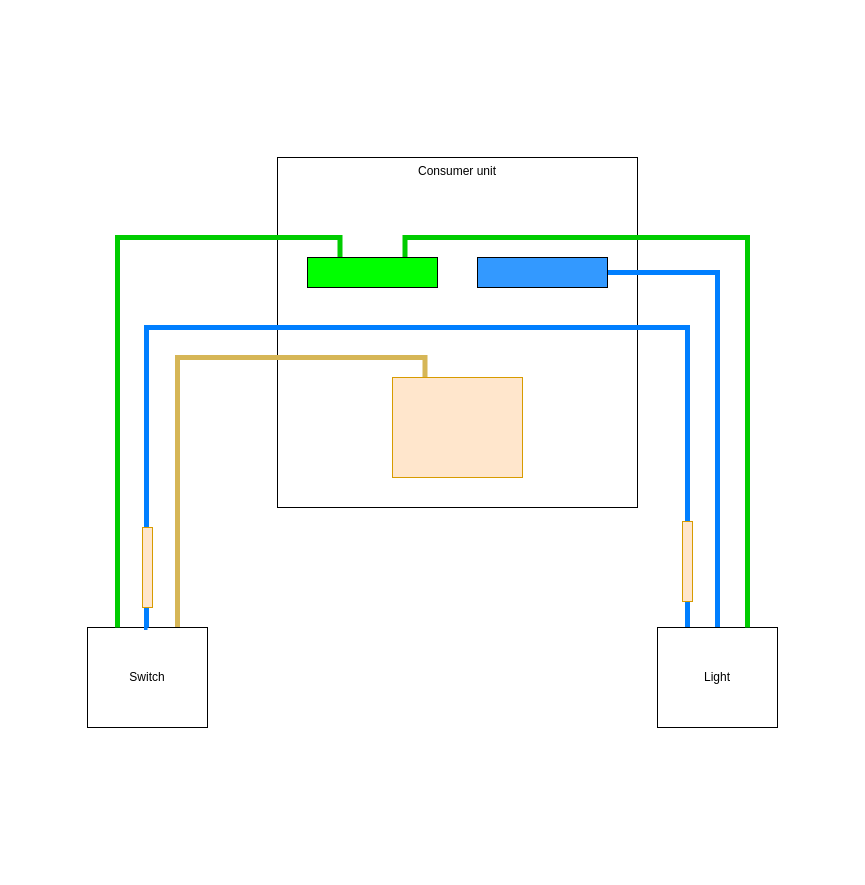
RussellTaylor83/Home keeps this draw.io diagram as Lighting.drawio. Above is the earlier version. Source tidied: cells renumbered, new cells numbered last; positions are measured from the earlier drawing's top-left corner, leaving out a move shared by most shapes. Both pictures are drawn from the tidied source at 100%, with x=0, y=0 at pixel (87, 157).
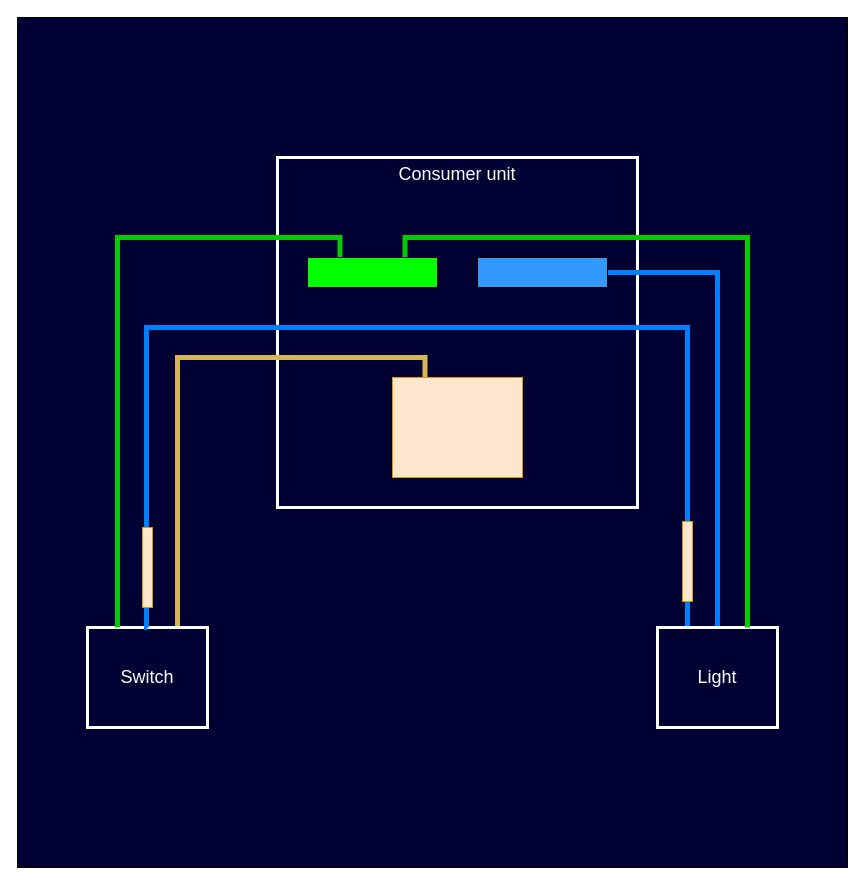
The same diagram, later.

Diff of the diagram source:
```diff
@@
 <mxGraphModel>
   <root>
     <mxCell id="0" />
     <mxCell id="1" parent="0" />
+    <mxCell id="16" style="rounded=0;whiteSpace=wrap;html=1;fillColor=#000033;" parent="1" vertex="1">
+      <mxGeometry x="-70" y="-140" width="830" height="850" as="geometry" />
+    </mxCell>
-    <mxCell id="2" value="Consumer unit" style="rounded=0;whiteSpace=wrap;html=1;verticalAlign=top;" parent="1" vertex="1">
+    <mxCell id="2" value="Consumer unit" style="rounded=0;whiteSpace=wrap;html=1;verticalAlign=top;fillColor=#000033;strokeColor=#FFFFFF;strokeWidth=3;fontColor=#FFFFFF;fontSize=18;" parent="1" vertex="1">
       <mxGeometry x="190" width="360" height="350" as="geometry" />
     </mxCell>
     <mxCell id="3" style="edgeStyle=orthogonalEdgeStyle;rounded=0;jettySize=auto;html=1;exitX=0.5;exitY=0;exitDx=0;exitDy=0;entryX=0.25;entryY=0;entryDx=0;entryDy=0;strokeWidth=5;fillColor=#dae8fc;strokeColor=#007FFF;endArrow=none;endFill=0;" parent="1" edge="1" source="14" target="7">
       <mxGeometry relative="1" as="geometry">
         <Array as="points">
           <mxPoint x="59" y="170" />
           <mxPoint x="600" y="170" />
         </Array>
       </mxGeometry>
     </mxCell>
     <mxCell id="4" style="edgeStyle=orthogonalEdgeStyle;rounded=0;jettySize=auto;html=1;exitX=0.75;exitY=0;exitDx=0;exitDy=0;entryX=0.25;entryY=0;entryDx=0;entryDy=0;endArrow=none;endFill=0;strokeWidth=5;fillColor=#fff2cc;strokeColor=#d6b656;" parent="1" edge="1" source="5" target="8">
       <mxGeometry relative="1" as="geometry" />
     </mxCell>
-    <mxCell id="5" value="Switch" style="rounded=0;whiteSpace=wrap;html=1;" parent="1" vertex="1">
+    <mxCell id="5" value="Switch" style="rounded=0;whiteSpace=wrap;html=1;fillColor=#000033;strokeColor=#FFFFFF;strokeWidth=3;fontColor=#FFFFFF;fontSize=18;" parent="1" vertex="1">
       <mxGeometry y="470" width="120" height="100" as="geometry" />
     </mxCell>
     <mxCell id="6" style="edgeStyle=orthogonalEdgeStyle;rounded=0;jettySize=auto;html=1;exitX=0.5;exitY=0;exitDx=0;exitDy=0;entryX=1;entryY=0.5;entryDx=0;entryDy=0;strokeWidth=5;fillColor=#dae8fc;strokeColor=#007FFF;endArrow=none;endFill=0;" parent="1" edge="1" source="7" target="12">
       <mxGeometry relative="1" as="geometry" />
     </mxCell>
-    <mxCell id="7" value="Light" style="rounded=0;whiteSpace=wrap;html=1;" parent="1" vertex="1">
+    <mxCell id="7" value="Light" style="rounded=0;whiteSpace=wrap;html=1;fillColor=#000033;strokeColor=#FFFFFF;strokeWidth=3;fontColor=#FFFFFF;fontSize=18;" parent="1" vertex="1">
       <mxGeometry x="570" y="470" width="120" height="100" as="geometry" />
     </mxCell>
     <mxCell id="8" style="rounded=0;whiteSpace=wrap;html=1;fillColor=#ffe6cc;strokeColor=#d79b00;" parent="1" vertex="1">
       <mxGeometry x="305" y="220" width="130" height="100" as="geometry" />
     </mxCell>
     <mxCell id="9" style="edgeStyle=orthogonalEdgeStyle;rounded=0;jettySize=auto;html=1;exitX=0.25;exitY=0;exitDx=0;exitDy=0;entryX=0.25;entryY=0;entryDx=0;entryDy=0;endArrow=none;endFill=0;strokeWidth=5;fillColor=#d5e8d4;strokeColor=#00CC00;" parent="1" edge="1" source="11" target="5">
       <mxGeometry relative="1" as="geometry" />
     </mxCell>
     <mxCell id="10" style="edgeStyle=orthogonalEdgeStyle;rounded=0;jettySize=auto;html=1;exitX=0.75;exitY=0;exitDx=0;exitDy=0;entryX=0.75;entryY=0;entryDx=0;entryDy=0;endArrow=none;endFill=0;strokeWidth=5;fillColor=#d5e8d4;strokeColor=#00CC00;" parent="1" edge="1" source="11" target="7">
       <mxGeometry relative="1" as="geometry" />
     </mxCell>
     <mxCell id="11" style="rounded=0;whiteSpace=wrap;html=1;fillColor=#00FF00;" parent="1" vertex="1">
       <mxGeometry x="220" y="100" width="130" height="30" as="geometry" />
     </mxCell>
     <mxCell id="12" style="rounded=0;whiteSpace=wrap;html=1;labelBackgroundColor=#3399FF;fillStyle=solid;fillColor=#3399FF;" parent="1" vertex="1">
       <mxGeometry x="390" y="100" width="130" height="30" as="geometry" />
     </mxCell>
     <mxCell id="13" style="edgeStyle=orthogonalEdgeStyle;rounded=0;jettySize=auto;html=1;exitX=0.5;exitY=0;exitDx=0;exitDy=0;entryX=0.25;entryY=0;entryDx=0;entryDy=0;strokeWidth=5;fillColor=#dae8fc;strokeColor=#007FFF;endArrow=none;endFill=0;" parent="1" edge="1" source="5" target="14">
       <mxGeometry relative="1" as="geometry">
         <Array as="points">
           <mxPoint x="59" y="470" />
         </Array>
       </mxGeometry>
     </mxCell>
     <mxCell id="14" style="rounded=0;whiteSpace=wrap;html=1;fillColor=#ffe6cc;strokeColor=#d79b00;" parent="1" vertex="1">
       <mxGeometry x="55" y="370" width="10" height="80" as="geometry" />
     </mxCell>
     <mxCell id="15" style="rounded=0;whiteSpace=wrap;html=1;fillColor=#ffe6cc;strokeColor=#d79b00;" parent="1" vertex="1">
       <mxGeometry x="595" y="364" width="10" height="80" as="geometry" />
     </mxCell>
   </root>
 </mxGraphModel>
```
